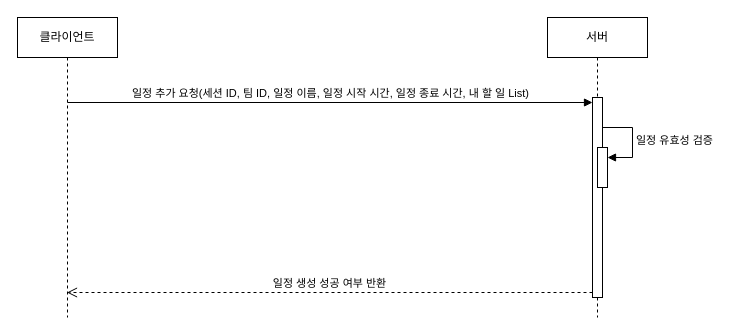
vvsos1/Team5-EQUUS-N keeps this draw.io diagram as page "일정 생성 SD" (1 of 10) of docs/일정 관리/일정 관리 SD.drawio. Above is the earlier version. Source tidied: cells renumbered, new cells numbered last; positions are measured from the earlier drawing's top-left corner, leaving out a move shared by most shapes. Both pictures are drawn from the tidied source at 100%, with x=0, y=0 at pixel (17, 17).
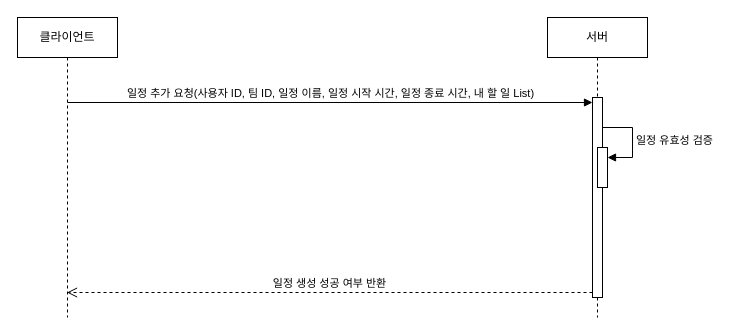
After the change.

What changed in the source:
```diff
@@
 <mxGraphModel>
   <root>
     <mxCell id="0" />
     <mxCell id="1" parent="0" />
     <mxCell id="2" value="클라이언트" style="shape=umlLifeline;perimeter=lifelinePerimeter;whiteSpace=wrap;html=1;outlineConnect=0;portConstraint=eastwest;newEdgeStyle={&quot;curved&quot;:0,&quot;rounded&quot;:0};" parent="1" vertex="1">
       <mxGeometry width="100" height="300" as="geometry" />
     </mxCell>
     <mxCell id="3" value="서버" style="shape=umlLifeline;perimeter=lifelinePerimeter;whiteSpace=wrap;html=1;newEdgeStyle={&quot;curved&quot;:0,&quot;rounded&quot;:0};" parent="1" vertex="1">
       <mxGeometry x="530" width="100" height="300" as="geometry" />
     </mxCell>
     <mxCell id="4" style="html=1;points=[[0,0,0,0,5],[0,1,0,0,-5],[1,0,0,0,5],[1,1,0,0,-5]];perimeter=orthogonalPerimeter;outlineConnect=0;targetShapes=umlLifeline;portConstraint=eastwest;newEdgeStyle={&quot;curved&quot;:0,&quot;rounded&quot;:0};" parent="3" vertex="1">
       <mxGeometry x="45" y="80" width="10" height="200" as="geometry" />
     </mxCell>
     <mxCell id="5" style="html=1;points=[[0,0,0,0,5],[0,1,0,0,-5],[1,0,0,0,5],[1,1,0,0,-5]];perimeter=orthogonalPerimeter;outlineConnect=0;targetShapes=umlLifeline;portConstraint=eastwest;newEdgeStyle={&quot;curved&quot;:0,&quot;rounded&quot;:0};" parent="3" vertex="1">
       <mxGeometry x="50" y="130" width="10" height="40" as="geometry" />
     </mxCell>
     <mxCell id="6" value="일정 유효성 검증" style="html=1;align=left;spacingLeft=2;endArrow=block;rounded=0;edgeStyle=orthogonalEdgeStyle;curved=0;rounded=0;" parent="3" edge="1" target="5">
       <mxGeometry relative="1" as="geometry">
         <mxPoint x="55" y="110" as="sourcePoint" />
         <Array as="points">
           <mxPoint x="85" y="140" />
         </Array>
       </mxGeometry>
     </mxCell>
-    <mxCell id="7" value="일정 추가 요청(세션 ID, 팀 ID, 일정 이름, 일정 시작 시간, 일정 종료 시간, 내 할 일 List)" style="html=1;verticalAlign=bottom;endArrow=block;curved=0;rounded=0;entryX=0;entryY=0;entryDx=0;entryDy=5;" parent="1" edge="1" target="4">
+    <mxCell id="7" value="일정 추가 요청(사용자 ID, 팀 ID, 일정 이름, 일정 시작 시간, 일정 종료 시간, 내 할 일 List)" style="html=1;verticalAlign=bottom;endArrow=block;curved=0;rounded=0;entryX=0;entryY=0;entryDx=0;entryDy=5;" parent="1" edge="1" target="4">
       <mxGeometry relative="1" as="geometry">
         <mxPoint x="50" y="85" as="sourcePoint" />
       </mxGeometry>
     </mxCell>
     <mxCell id="8" value="일정 생성 성공 여부 반환" style="html=1;verticalAlign=bottom;endArrow=open;dashed=1;endSize=8;curved=0;rounded=0;exitX=0;exitY=1;exitDx=0;exitDy=-5;" parent="1" edge="1" source="4" target="2">
       <mxGeometry relative="1" as="geometry" />
     </mxCell>
   </root>
 </mxGraphModel>
```
